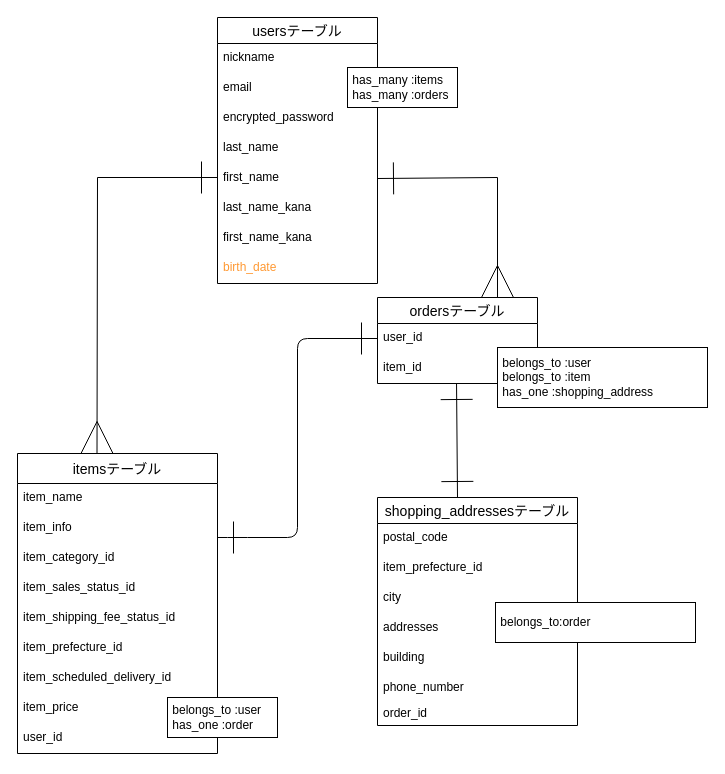
Earlier version of the draw.io diagram furima.dio (aki3100/furima-39009). Source tidied: cells renumbered, new cells numbered last; positions are measured from the earlier drawing's top-left corner, leaving out a move shared by most shapes. Both pictures are drawn from the tidied source at 100%, with x=0, y=0 at pixel (17, 17).
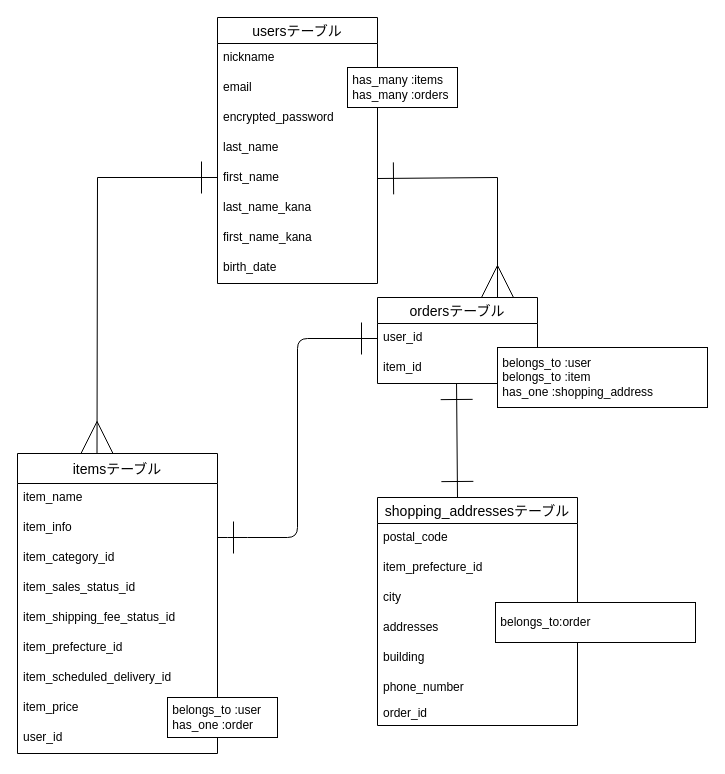
The same diagram, later.

The change refers to these unchanged cells:
```xml
<mxCell id="12" value="usersテーブル" style="swimlane;fontStyle=0;horizontal=1;startSize=26;align=center;fontSize=14;" parent="1" vertex="1">
  <mxGeometry x="200" width="160" height="266" as="geometry" />
</mxCell>
```

What changed in the source:
```diff
@@
-    <mxCell id="20" value="birth_date" style="text;strokeColor=none;fillColor=none;spacingLeft=4;spacingRight=4;overflow=hidden;fontSize=12;fontColor=#FF9933;" parent="12" vertex="1">
+    <mxCell id="20" value="birth_date" style="text;strokeColor=none;fillColor=none;spacingLeft=4;spacingRight=4;overflow=hidden;fontSize=12;fontColor=#000000;" parent="12" vertex="1">
       <mxGeometry y="236" width="160" height="30" as="geometry" />
     </mxCell>
```
